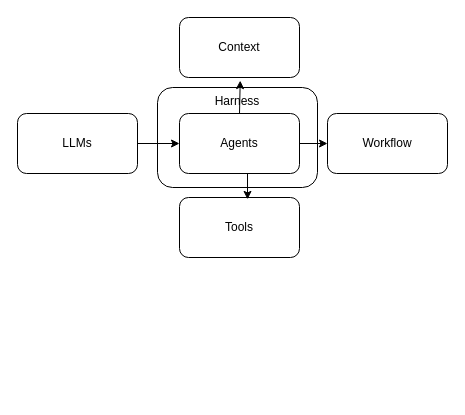
Earlier version of the draw.io diagram page "AI Framework" (2 of 3) of assets/E_A_Skillsets.drawio (knaidoo/github-slideshow). Source tidied: cells renumbered, new cells numbered last; positions are measured from the earlier drawing's top-left corner, leaving out a move shared by most shapes. Both pictures are drawn from the tidied source at 100%, with x=0, y=0 at pixel (17, 17).
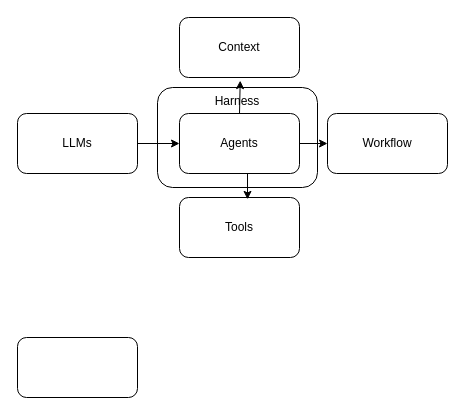
Above is the later version.

Change to the diagram source:
```diff
@@
 <mxGraphModel>
   <root>
     <mxCell id="0" />
     <mxCell id="1" parent="0" />
     <mxCell id="2" value="Harness" style="rounded=1;whiteSpace=wrap;html=1;verticalAlign=top;" parent="1" vertex="1">
       <mxGeometry x="140" y="70" width="160" height="100" as="geometry" />
     </mxCell>
     <mxCell id="3" style="edgeStyle=orthogonalEdgeStyle;rounded=0;jettySize=auto;html=1;exitX=1;exitY=0.5;exitDx=0;exitDy=0;" parent="1" edge="1" source="4" target="6">
       <mxGeometry relative="1" as="geometry" />
     </mxCell>
     <mxCell id="4" value="LLMs" style="rounded=1;whiteSpace=wrap;html=1;" parent="1" vertex="1">
       <mxGeometry y="96" width="120" height="60" as="geometry" />
     </mxCell>
     <mxCell id="5" style="edgeStyle=orthogonalEdgeStyle;rounded=0;jettySize=auto;html=1;exitX=1;exitY=0.5;exitDx=0;exitDy=0;entryX=0;entryY=0.5;entryDx=0;entryDy=0;" parent="1" edge="1" source="6" target="9">
       <mxGeometry relative="1" as="geometry" />
     </mxCell>
     <mxCell id="6" value="Agents" style="rounded=1;whiteSpace=wrap;html=1;" parent="1" vertex="1">
       <mxGeometry x="162" y="96" width="120" height="60" as="geometry" />
     </mxCell>
     <mxCell id="7" value="Tools" style="rounded=1;whiteSpace=wrap;html=1;" parent="1" vertex="1">
       <mxGeometry x="162" y="180" width="120" height="60" as="geometry" />
     </mxCell>
     <mxCell id="8" value="Context" style="rounded=1;whiteSpace=wrap;html=1;" parent="1" vertex="1">
       <mxGeometry x="162" width="120" height="60" as="geometry" />
     </mxCell>
     <mxCell id="9" value="Workflow" style="rounded=1;whiteSpace=wrap;html=1;" parent="1" vertex="1">
       <mxGeometry x="310" y="96" width="120" height="60" as="geometry" />
     </mxCell>
     <mxCell id="10" style="edgeStyle=orthogonalEdgeStyle;rounded=0;jettySize=auto;html=1;exitX=0.5;exitY=0;exitDx=0;exitDy=0;entryX=0.517;entryY=-0.069;entryDx=0;entryDy=0;entryPerimeter=0;" parent="1" edge="1" source="6" target="2">
       <mxGeometry relative="1" as="geometry" />
     </mxCell>
     <mxCell id="11" style="edgeStyle=orthogonalEdgeStyle;rounded=0;jettySize=auto;html=1;exitX=0.5;exitY=1;exitDx=0;exitDy=0;entryX=0.567;entryY=0.031;entryDx=0;entryDy=0;entryPerimeter=0;" parent="1" edge="1" source="6" target="7">
       <mxGeometry relative="1" as="geometry" />
     </mxCell>
+    <mxCell id="12" style="rounded=1;whiteSpace=wrap;html=1;" parent="1" vertex="1">
+      <mxGeometry y="320" width="120" height="60" as="geometry" />
+    </mxCell>
   </root>
 </mxGraphModel>
```
